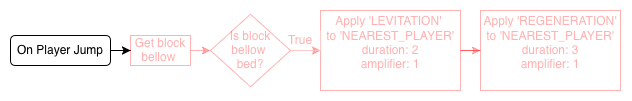
This is tutorials/python-islands/island-7/bed_bouncer/images/flowchart-landscape_1.png from CausewayDigital/Minecraft-EE-MakeCode, a draw.io export, as it was before one commit. Source tidied: cells renumbered, new cells last; positions are measured from the earlier drawing's top-left corner, leaving out a move shared by most shapes. The source it was exported from:
```xml
<mxGraphModel>
  <root>
    <mxCell id="0" />
    <mxCell id="1" parent="0" />
    <mxCell id="2" style="edgeStyle=orthogonalEdgeStyle;rounded=0;jettySize=auto;html=1;" parent="1" edge="1" source="3" target="11">
      <mxGeometry relative="1" as="geometry" />
    </mxCell>
    <mxCell id="3" value="On Player Jump" style="rounded=1;whiteSpace=wrap;html=1;" parent="1" vertex="1">
      <mxGeometry y="25" width="100" height="30" as="geometry" />
    </mxCell>
    <mxCell id="4" style="edgeStyle=orthogonalEdgeStyle;rounded=0;jettySize=auto;html=1;strokeColor=#FF0000;opacity=30;fontColor=#FF0000;textOpacity=30;" parent="1" edge="1" source="5" target="7">
      <mxGeometry relative="1" as="geometry" />
    </mxCell>
    <mxCell id="5" value="&lt;div&gt;Is block&lt;/div&gt;&lt;div&gt;bellow&amp;nbsp;&lt;/div&gt;&lt;div&gt;bed?&lt;/div&gt;" style="rhombus;whiteSpace=wrap;html=1;strokeColor=#FF0000;opacity=30;fontColor=#FF0000;textOpacity=30;" parent="1" vertex="1">
      <mxGeometry x="200" y="3.8" width="80" height="72.5" as="geometry" />
    </mxCell>
    <mxCell id="6" style="edgeStyle=orthogonalEdgeStyle;rounded=0;jettySize=auto;html=1;strokeColor=#FF0000;opacity=30;fontColor=#FF0000;textOpacity=30;" parent="1" edge="1" source="7" target="8">
      <mxGeometry relative="1" as="geometry" />
    </mxCell>
    <mxCell id="7" value="&lt;div align=&quot;center&quot;&gt;Apply 'LEVITATION'&amp;nbsp;&lt;/div&gt;&lt;div align=&quot;center&quot;&gt;to 'NEAREST_PLAYER'&lt;/div&gt;&lt;div align=&quot;center&quot;&gt;duration: 2&lt;/div&gt;&lt;div align=&quot;center&quot;&gt;amplifier: 1&lt;/div&gt;&lt;div&gt;&lt;span style=&quot;font-family: monospace; font-size: 0px;&quot;&gt;%3CmxGraphModel%3E%3Croot%3E%3CmxCell%20id%3D%220%22%2F%3E%3CmxCell%20id%3D%221%22%20parent%3D%220%22%2F%3E%3CmxCell%20id%3D%222%22%20value%3D%22On%20Player%20Jump%22%20style%3D%22rounded%3D1%3BwhiteSpace%3Dwrap%3Bhtml%3D1%3B%22%20vertex%3D%221%22%20parent%3D%221%22%3E%3CmxGeometry%20x%3D%22540%22%20y%3D%22280%22%20width%3D%22120%22%20height%3D%2240%22%20as%3D%22geometry%22%2F%3E%3C%2FmxCell%3E%3C%2Froot%3E%3C%2FmxGraphMod&lt;/span&gt;&lt;/div&gt;" style="rounded=0;whiteSpace=wrap;html=1;strokeColor=#FF0000;opacity=30;fontColor=#FF0000;textOpacity=30;" parent="1" vertex="1">
      <mxGeometry x="310" width="140" height="80" as="geometry" />
    </mxCell>
    <mxCell id="8" value="&lt;div&gt;Apply 'REGENERATION'&lt;/div&gt;&lt;div&gt;to 'NEAREST_PLAYER'&lt;/div&gt;&lt;div&gt;duration: 3&lt;/div&gt;&lt;div&gt;amplifier: 1&lt;/div&gt;&lt;div&gt;&lt;span style=&quot;font-family: monospace; font-size: 0px;&quot;&gt;Ddur%3CmxGraphModel%3E%3Croot%3E%3CmxCell%20id%3D%220%22%2F%3E%3CmxCell%20id%3D%221%22%20parent%3D%220%22%2F%3E%3CmxCell%20id%3D%222%22%20value%3D%22On%20Player%20Jump%22%20style%3D%22rounded%3D1%3BwhiteSpace%3Dwrap%3Bhtml%3D1%3B%22%20vertex%3D%221%22%20parent%3D%221%22%3E%3CmxGeometry%20x%3D%22540%22%20y%3D%22280%22%20width%3D%22120%22%20height%3D%2240%22%20as%3D%22geometry%22%2F%3E%3C%2FmxCell%3E%3C%2Froot%3E%3C%2FmxGraphModel%3Ed&lt;/span&gt;&lt;/div&gt;" style="rounded=0;whiteSpace=wrap;html=1;strokeColor=#FF0000;opacity=30;fontColor=#FF0000;textOpacity=30;" parent="1" vertex="1">
      <mxGeometry x="470" width="140" height="80" as="geometry" />
    </mxCell>
    <mxCell id="9" value="True" style="text;html=1;strokeColor=#FFFFFF;fillColor=none;align=center;verticalAlign=middle;whiteSpace=wrap;rounded=0;opacity=30;fontColor=#FF0000;textOpacity=30;" parent="1" vertex="1">
      <mxGeometry x="270" y="20" width="40" height="20" as="geometry" />
    </mxCell>
    <mxCell id="10" style="edgeStyle=orthogonalEdgeStyle;rounded=0;jettySize=auto;html=1;strokeColor=#FF0000;opacity=30;fontColor=#FF0000;textOpacity=30;" parent="1" edge="1" source="11" target="5">
      <mxGeometry relative="1" as="geometry" />
    </mxCell>
    <mxCell id="11" value="Get block bellow&amp;nbsp;" style="rounded=0;whiteSpace=wrap;html=1;strokeColor=#FF0000;opacity=30;fontColor=#FF0000;textOpacity=30;" parent="1" vertex="1">
      <mxGeometry x="120" y="25" width="60" height="30" as="geometry" />
    </mxCell>
  </root>
</mxGraphModel>
```
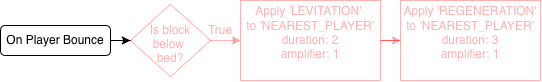
The same diagram one commit later.

Change to the diagram source:
```diff
@@ -2,35 +2,31 @@
   <root>
     <mxCell id="0" />
     <mxCell id="1" parent="0" />
-    <mxCell id="2" style="edgeStyle=orthogonalEdgeStyle;rounded=0;jettySize=auto;html=1;" parent="1" edge="1" source="3" target="11">
-      <mxGeometry relative="1" as="geometry" />
+    <mxCell id="2" style="edgeStyle=orthogonalEdgeStyle;rounded=0;jettySize=auto;html=1;" parent="1" edge="1" source="3">
+      <mxGeometry relative="1" as="geometry">
+        <mxPoint x="200" y="40" as="targetPoint" />
+      </mxGeometry>
     </mxCell>
-    <mxCell id="3" value="On Player Jump" style="rounded=1;whiteSpace=wrap;html=1;" parent="1" vertex="1">
-      <mxGeometry y="25" width="100" height="30" as="geometry" />
+    <mxCell id="3" value="On Player Bounce" style="rounded=1;whiteSpace=wrap;html=1;" parent="1" vertex="1">
+      <mxGeometry x="70" y="25" width="110" height="30" as="geometry" />
     </mxCell>
-    <mxCell id="4" style="edgeStyle=orthogonalEdgeStyle;rounded=0;jettySize=auto;html=1;strokeColor=#FF0000;opacity=30;fontColor=#FF0000;textOpacity=30;" parent="1" edge="1" source="5" target="7">
+    <mxCell id="4" style="edgeStyle=orthogonalEdgeStyle;rounded=0;jettySize=auto;html=1;fontColor=#FF0000;textOpacity=30;strokeColor=#FF0000;opacity=30;" parent="1" edge="1" source="5" target="7">
       <mxGeometry relative="1" as="geometry" />
     </mxCell>
-    <mxCell id="5" value="&lt;div&gt;Is block&lt;/div&gt;&lt;div&gt;bellow&amp;nbsp;&lt;/div&gt;&lt;div&gt;bed?&lt;/div&gt;" style="rhombus;whiteSpace=wrap;html=1;strokeColor=#FF0000;opacity=30;fontColor=#FF0000;textOpacity=30;" parent="1" vertex="1">
+    <mxCell id="5" value="&lt;div&gt;Is block&lt;/div&gt;&lt;div&gt;below&amp;nbsp;&lt;/div&gt;&lt;div&gt;bed?&lt;/div&gt;" style="rhombus;whiteSpace=wrap;html=1;spacingTop=8;fontColor=#FF0000;textOpacity=30;strokeColor=#FF0000;opacity=30;" parent="1" vertex="1">
       <mxGeometry x="200" y="3.8" width="80" height="72.5" as="geometry" />
     </mxCell>
-    <mxCell id="6" style="edgeStyle=orthogonalEdgeStyle;rounded=0;jettySize=auto;html=1;strokeColor=#FF0000;opacity=30;fontColor=#FF0000;textOpacity=30;" parent="1" edge="1" source="7" target="8">
+    <mxCell id="6" style="edgeStyle=orthogonalEdgeStyle;rounded=0;jettySize=auto;html=1;fontColor=#FF0000;textOpacity=30;strokeColor=#FF0000;opacity=30;" parent="1" edge="1" source="7" target="8">
       <mxGeometry relative="1" as="geometry" />
     </mxCell>
-    <mxCell id="7" value="&lt;div align=&quot;center&quot;&gt;Apply 'LEVITATION'&amp;nbsp;&lt;/div&gt;&lt;div align=&quot;center&quot;&gt;to 'NEAREST_PLAYER'&lt;/div&gt;&lt;div align=&quot;center&quot;&gt;duration: 2&lt;/div&gt;&lt;div align=&quot;center&quot;&gt;amplifier: 1&lt;/div&gt;&lt;div&gt;&lt;span style=&quot;font-family: monospace; font-size: 0px;&quot;&gt;%3CmxGraphModel%3E%3Croot%3E%3CmxCell%20id%3D%220%22%2F%3E%3CmxCell%20id%3D%221%22%20parent%3D%220%22%2F%3E%3CmxCell%20id%3D%222%22%20value%3D%22On%20Player%20Jump%22%20style%3D%22rounded%3D1%3BwhiteSpace%3Dwrap%3Bhtml%3D1%3B%22%20vertex%3D%221%22%20parent%3D%221%22%3E%3CmxGeometry%20x%3D%22540%22%20y%3D%22280%22%20width%3D%22120%22%20height%3D%2240%22%20as%3D%22geometry%22%2F%3E%3C%2FmxCell%3E%3C%2Froot%3E%3C%2FmxGraphMod&lt;/span&gt;&lt;/div&gt;" style="rounded=0;whiteSpace=wrap;html=1;strokeColor=#FF0000;opacity=30;fontColor=#FF0000;textOpacity=30;" parent="1" vertex="1">
+    <mxCell id="7" value="&lt;div align=&quot;center&quot;&gt;Apply 'LEVITATION'&amp;nbsp;&lt;/div&gt;&lt;div align=&quot;center&quot;&gt;to 'NEAREST_PLAYER'&lt;/div&gt;&lt;div align=&quot;center&quot;&gt;duration: 2&lt;/div&gt;&lt;div align=&quot;center&quot;&gt;amplifier: 1&lt;/div&gt;&lt;div&gt;&lt;span style=&quot;font-family: monospace; font-size: 0px;&quot;&gt;%3CmxGraphModel%3E%3Croot%3E%3CmxCell%20id%3D%220%22%2F%3E%3CmxCell%20id%3D%221%22%20parent%3D%220%22%2F%3E%3CmxCell%20id%3D%222%22%20value%3D%22On%20Player%20Jump%22%20style%3D%22rounded%3D1%3BwhiteSpace%3Dwrap%3Bhtml%3D1%3B%22%20vertex%3D%221%22%20parent%3D%221%22%3E%3CmxGeometry%20x%3D%22540%22%20y%3D%22280%22%20width%3D%22120%22%20height%3D%2240%22%20as%3D%22geometry%22%2F%3E%3C%2FmxCell%3E%3C%2Froot%3E%3C%2FmxGraphMod&lt;/span&gt;&lt;/div&gt;" style="rounded=0;whiteSpace=wrap;html=1;fontColor=#FF0000;textOpacity=30;strokeColor=#FF0000;opacity=30;" parent="1" vertex="1">
       <mxGeometry x="310" width="140" height="80" as="geometry" />
     </mxCell>
-    <mxCell id="8" value="&lt;div&gt;Apply 'REGENERATION'&lt;/div&gt;&lt;div&gt;to 'NEAREST_PLAYER'&lt;/div&gt;&lt;div&gt;duration: 3&lt;/div&gt;&lt;div&gt;amplifier: 1&lt;/div&gt;&lt;div&gt;&lt;span style=&quot;font-family: monospace; font-size: 0px;&quot;&gt;Ddur%3CmxGraphModel%3E%3Croot%3E%3CmxCell%20id%3D%220%22%2F%3E%3CmxCell%20id%3D%221%22%20parent%3D%220%22%2F%3E%3CmxCell%20id%3D%222%22%20value%3D%22On%20Player%20Jump%22%20style%3D%22rounded%3D1%3BwhiteSpace%3Dwrap%3Bhtml%3D1%3B%22%20vertex%3D%221%22%20parent%3D%221%22%3E%3CmxGeometry%20x%3D%22540%22%20y%3D%22280%22%20width%3D%22120%22%20height%3D%2240%22%20as%3D%22geometry%22%2F%3E%3C%2FmxCell%3E%3C%2Froot%3E%3C%2FmxGraphModel%3Ed&lt;/span&gt;&lt;/div&gt;" style="rounded=0;whiteSpace=wrap;html=1;strokeColor=#FF0000;opacity=30;fontColor=#FF0000;textOpacity=30;" parent="1" vertex="1">
+    <mxCell id="8" value="&lt;div&gt;Apply 'REGENERATION'&lt;/div&gt;&lt;div&gt;to 'NEAREST_PLAYER'&lt;/div&gt;&lt;div&gt;duration: 3&lt;/div&gt;&lt;div&gt;amplifier: 1&lt;/div&gt;&lt;div&gt;&lt;span style=&quot;font-family: monospace; font-size: 0px;&quot;&gt;Ddur%3CmxGraphModel%3E%3Croot%3E%3CmxCell%20id%3D%220%22%2F%3E%3CmxCell%20id%3D%221%22%20parent%3D%220%22%2F%3E%3CmxCell%20id%3D%222%22%20value%3D%22On%20Player%20Jump%22%20style%3D%22rounded%3D1%3BwhiteSpace%3Dwrap%3Bhtml%3D1%3B%22%20vertex%3D%221%22%20parent%3D%221%22%3E%3CmxGeometry%20x%3D%22540%22%20y%3D%22280%22%20width%3D%22120%22%20height%3D%2240%22%20as%3D%22geometry%22%2F%3E%3C%2FmxCell%3E%3C%2Froot%3E%3C%2FmxGraphModel%3Ed&lt;/span&gt;&lt;/div&gt;" style="rounded=0;whiteSpace=wrap;html=1;fontColor=#FF0000;textOpacity=30;strokeColor=#FF0000;opacity=30;" parent="1" vertex="1">
       <mxGeometry x="470" width="140" height="80" as="geometry" />
     </mxCell>
-    <mxCell id="9" value="True" style="text;html=1;strokeColor=#FFFFFF;fillColor=none;align=center;verticalAlign=middle;whiteSpace=wrap;rounded=0;opacity=30;fontColor=#FF0000;textOpacity=30;" parent="1" vertex="1">
+    <mxCell id="9" value="True" style="text;html=1;strokeColor=none;fillColor=none;align=center;verticalAlign=middle;whiteSpace=wrap;rounded=0;fontColor=#FF0000;textOpacity=30;" parent="1" vertex="1">
       <mxGeometry x="270" y="20" width="40" height="20" as="geometry" />
     </mxCell>
-    <mxCell id="10" style="edgeStyle=orthogonalEdgeStyle;rounded=0;jettySize=auto;html=1;strokeColor=#FF0000;opacity=30;fontColor=#FF0000;textOpacity=30;" parent="1" edge="1" source="11" target="5">
-      <mxGeometry relative="1" as="geometry" />
-    </mxCell>
-    <mxCell id="11" value="Get block bellow&amp;nbsp;" style="rounded=0;whiteSpace=wrap;html=1;strokeColor=#FF0000;opacity=30;fontColor=#FF0000;textOpacity=30;" parent="1" vertex="1">
-      <mxGeometry x="120" y="25" width="60" height="30" as="geometry" />
-    </mxCell>
   </root>
 </mxGraphModel>
```
